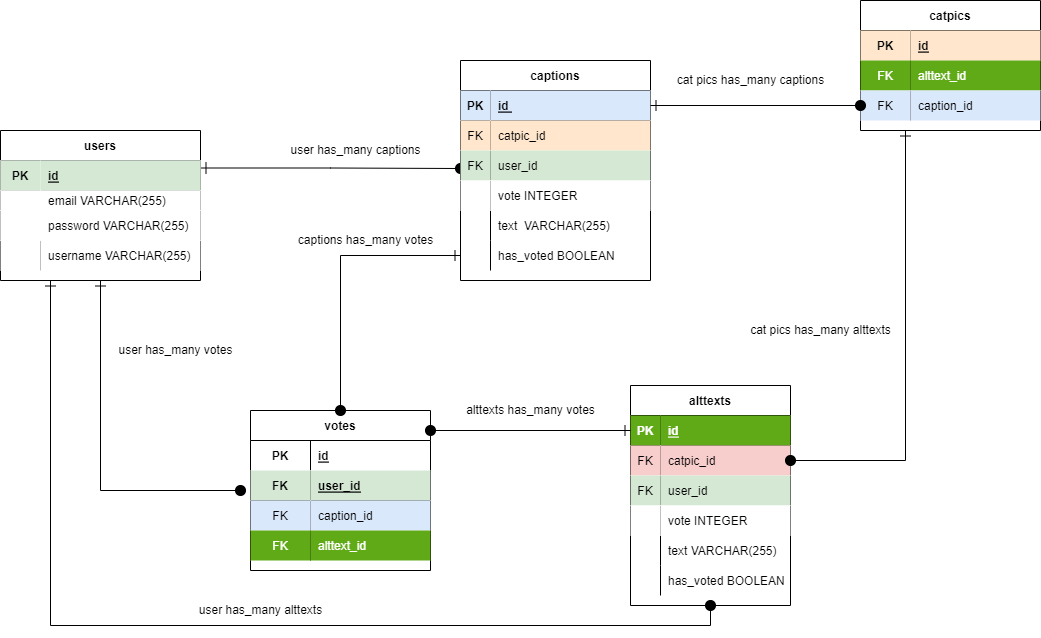
Earlier version of the draw.io export ERD.drawio.png (kokopuffz/Project2). Source tidied: cells renumbered, new cells last; positions are measured from the earlier drawing's top-left corner, leaving out a move shared by most shapes.
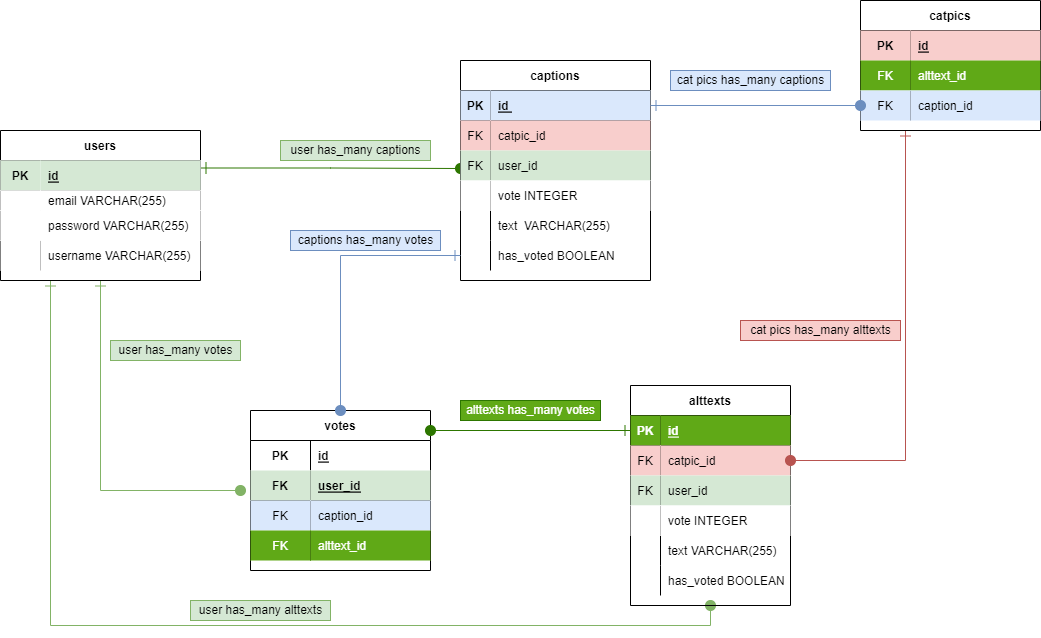
Later version of the same file.

The edit, as a diff of the source:
```diff
@@ -2,12 +2,12 @@
   <root>
     <mxCell id="0" />
     <mxCell id="1" parent="0" />
-    <mxCell id="2" style="edgeStyle=orthogonalEdgeStyle;rounded=0;jettySize=auto;html=1;exitX=1;exitY=0.25;exitDx=0;exitDy=0;startArrow=ERone;startFill=0;strokeWidth=1;endSize=10;startSize=9;endArrow=oval;endFill=1;" parent="1" edge="1" source="5">
+    <mxCell id="2" style="edgeStyle=orthogonalEdgeStyle;rounded=0;jettySize=auto;html=1;exitX=1;exitY=0.25;exitDx=0;exitDy=0;startArrow=ERone;startFill=0;strokeWidth=1;endSize=10;startSize=9;endArrow=oval;endFill=1;fillColor=#60a917;strokeColor=#2D7600;" parent="1" edge="1" source="5">
       <mxGeometry relative="1" as="geometry">
         <mxPoint x="460" y="168" as="targetPoint" />
       </mxGeometry>
     </mxCell>
-    <mxCell id="3" style="edgeStyle=orthogonalEdgeStyle;rounded=0;jettySize=auto;html=1;exitX=0.5;exitY=1;exitDx=0;exitDy=0;startArrow=ERone;startFill=0;endArrow=oval;endFill=1;startSize=9;endSize=10;strokeWidth=1;" parent="1" edge="1" source="5">
+    <mxCell id="3" style="edgeStyle=orthogonalEdgeStyle;rounded=0;jettySize=auto;html=1;exitX=0.5;exitY=1;exitDx=0;exitDy=0;startArrow=ERone;startFill=0;endArrow=oval;endFill=1;startSize=9;endSize=10;strokeWidth=1;fillColor=#d5e8d4;strokeColor=#82b366;" parent="1" edge="1" source="5">
       <mxGeometry relative="1" as="geometry">
         <mxPoint x="240" y="490" as="targetPoint" />
         <Array as="points">
@@ -15,7 +15,7 @@
         </Array>
       </mxGeometry>
     </mxCell>
-    <mxCell id="4" style="edgeStyle=orthogonalEdgeStyle;rounded=0;jettySize=auto;html=1;exitX=0.25;exitY=1;exitDx=0;exitDy=0;entryX=0.5;entryY=1;entryDx=0;entryDy=0;startArrow=ERone;startFill=0;endArrow=oval;endFill=1;startSize=9;endSize=10;strokeWidth=1;" parent="1" edge="1" source="5" target="37">
+    <mxCell id="4" style="edgeStyle=orthogonalEdgeStyle;rounded=0;jettySize=auto;html=1;exitX=0.25;exitY=1;exitDx=0;exitDy=0;entryX=0.5;entryY=1;entryDx=0;entryDy=0;startArrow=ERone;startFill=0;endArrow=oval;endFill=1;startSize=9;endSize=10;strokeWidth=1;fillColor=#d5e8d4;strokeColor=#82b366;" parent="1" edge="1" source="5" target="37">
       <mxGeometry relative="1" as="geometry" />
     </mxCell>
     <mxCell id="5" value="users" style="shape=table;startSize=30;rowLines=0;fontStyle=1;align=center;" parent="1" vertex="1">
@@ -72,10 +72,10 @@
     <mxCell id="22" style="shape=tableRow;horizontal=0;startSize=0;swimlaneHead=0;swimlaneBody=0;fillColor=none;top=0;left=0;right=0;bottom=0;" parent="18" vertex="1">
       <mxGeometry y="60" width="190" height="30" as="geometry" />
     </mxCell>
-    <mxCell id="23" value="FK" style="shape=partialRectangle;fillColor=#ffe6cc;top=0;left=0;bottom=0;right=0;fontStyle=0;overflow=hidden;strokeColor=#d79b00;" parent="22" vertex="1">
+    <mxCell id="23" value="FK" style="shape=partialRectangle;fillColor=#f8cecc;top=0;left=0;bottom=0;right=0;fontStyle=0;overflow=hidden;strokeColor=#b85450;" parent="22" vertex="1">
       <mxGeometry width="30" height="30" as="geometry" />
     </mxCell>
-    <mxCell id="24" value="catpic_id" style="shape=partialRectangle;fillColor=#ffe6cc;top=0;left=0;bottom=0;right=0;align=left;spacingLeft=6;fontStyle=0;overflow=hidden;strokeColor=#d79b00;" parent="22" vertex="1">
+    <mxCell id="24" value="catpic_id" style="shape=partialRectangle;fillColor=#f8cecc;top=0;left=0;bottom=0;right=0;align=left;spacingLeft=6;fontStyle=0;overflow=hidden;strokeColor=#b85450;" parent="22" vertex="1">
       <mxGeometry x="30" width="160" height="30" as="geometry" />
     </mxCell>
     <mxCell id="25" style="shape=tableRow;horizontal=0;startSize=0;swimlaneHead=0;swimlaneBody=0;fillColor=none;top=0;left=0;right=0;bottom=0;" parent="18" vertex="1">
@@ -210,7 +210,7 @@
     <mxCell id="68" value="alttext_id" style="shape=partialRectangle;fillColor=#60a917;top=0;left=0;bottom=0;right=0;align=left;spacingLeft=6;overflow=hidden;fontColor=#ffffff;strokeColor=#2D7600;" parent="66" vertex="1">
       <mxGeometry x="60" width="120" height="30" as="geometry" />
     </mxCell>
-    <mxCell id="69" style="edgeStyle=orthogonalEdgeStyle;rounded=0;jettySize=auto;html=1;exitX=0.25;exitY=1;exitDx=0;exitDy=0;entryX=1;entryY=0.5;entryDx=0;entryDy=0;startArrow=ERone;startFill=0;endArrow=oval;endFill=1;startSize=9;endSize=10;strokeWidth=1;" parent="1" edge="1" source="70" target="41">
+    <mxCell id="69" style="edgeStyle=orthogonalEdgeStyle;rounded=0;jettySize=auto;html=1;exitX=0.25;exitY=1;exitDx=0;exitDy=0;entryX=1;entryY=0.5;entryDx=0;entryDy=0;startArrow=ERone;startFill=0;endArrow=oval;endFill=1;startSize=9;endSize=10;strokeWidth=1;fillColor=#f8cecc;strokeColor=#b85450;" parent="1" edge="1" source="70" target="41">
       <mxGeometry relative="1" as="geometry" />
     </mxCell>
     <mxCell id="70" value="catpics" style="shape=table;startSize=30;rowLines=0;fontStyle=1;align=center;fillColor=#FFFFFF;" parent="1" vertex="1">
@@ -219,10 +219,10 @@
     <mxCell id="71" style="shape=tableRow;horizontal=0;startSize=0;swimlaneHead=0;swimlaneBody=0;fillColor=none;top=0;left=0;right=0;bottom=0;" parent="70" vertex="1">
       <mxGeometry y="30" width="180" height="30" as="geometry" />
     </mxCell>
-    <mxCell id="72" value="PK" style="shape=partialRectangle;fillColor=#ffe6cc;top=0;left=0;bottom=0;right=0;fontStyle=1;overflow=hidden;strokeColor=#d79b00;" parent="71" vertex="1">
+    <mxCell id="72" value="PK" style="shape=partialRectangle;fillColor=#f8cecc;top=0;left=0;bottom=0;right=0;fontStyle=1;overflow=hidden;strokeColor=#b85450;" parent="71" vertex="1">
       <mxGeometry width="50" height="30" as="geometry" />
     </mxCell>
-    <mxCell id="73" value="id" style="shape=partialRectangle;fillColor=#ffe6cc;top=0;left=0;bottom=0;right=0;align=left;spacingLeft=6;fontStyle=5;overflow=hidden;strokeColor=#d79b00;" parent="71" vertex="1">
+    <mxCell id="73" value="id" style="shape=partialRectangle;fillColor=#f8cecc;top=0;left=0;bottom=0;right=0;align=left;spacingLeft=6;fontStyle=5;overflow=hidden;strokeColor=#b85450;" parent="71" vertex="1">
       <mxGeometry x="50" width="130" height="30" as="geometry" />
     </mxCell>
     <mxCell id="74" style="shape=tableRow;horizontal=0;startSize=0;swimlaneHead=0;swimlaneBody=0;fillColor=none;top=0;left=0;right=0;bottom=0;" parent="70" vertex="1">
@@ -243,36 +243,36 @@
     <mxCell id="79" value="caption_id" style="shape=partialRectangle;fillColor=#dae8fc;top=0;left=0;bottom=0;right=0;align=left;spacingLeft=6;fontStyle=0;overflow=hidden;labelBackgroundColor=none;strokeColor=#6c8ebf;" parent="77" vertex="1">
       <mxGeometry x="50" width="130" height="30" as="geometry" />
     </mxCell>
-    <mxCell id="80" value="user has_many captions" style="text;html=1;align=center;verticalAlign=middle;strokeColor=none;fillColor=none;" parent="1" vertex="1">
+    <mxCell id="80" value="user has_many captions" style="text;html=1;align=center;verticalAlign=middle;strokeColor=#82b366;fillColor=#d5e8d4;" parent="1" vertex="1">
       <mxGeometry x="280" y="140" width="150" height="20" as="geometry" />
     </mxCell>
-    <mxCell id="81" style="edgeStyle=orthogonalEdgeStyle;rounded=0;jettySize=auto;html=1;exitX=1;exitY=0.5;exitDx=0;exitDy=0;startArrow=ERone;startFill=0;endArrow=oval;endFill=1;startSize=9;endSize=10;strokeWidth=1;" parent="1" edge="1" source="19">
+    <mxCell id="81" style="edgeStyle=orthogonalEdgeStyle;rounded=0;jettySize=auto;html=1;exitX=1;exitY=0.5;exitDx=0;exitDy=0;startArrow=ERone;startFill=0;endArrow=oval;endFill=1;startSize=9;endSize=10;strokeWidth=1;fillColor=#dae8fc;strokeColor=#6c8ebf;" parent="1" edge="1" source="19">
       <mxGeometry relative="1" as="geometry">
         <mxPoint x="860" y="105" as="targetPoint" />
       </mxGeometry>
     </mxCell>
-    <mxCell id="82" value="cat pics has_many captions" style="text;html=1;align=center;verticalAlign=middle;strokeColor=none;fillColor=none;" parent="1" vertex="1">
+    <mxCell id="82" value="cat pics has_many captions" style="text;html=1;align=center;verticalAlign=middle;strokeColor=#6c8ebf;fillColor=#dae8fc;" parent="1" vertex="1">
       <mxGeometry x="670" y="70" width="160" height="20" as="geometry" />
     </mxCell>
-    <mxCell id="83" value="user has_many votes" style="text;html=1;align=center;verticalAlign=middle;strokeColor=none;fillColor=none;" parent="1" vertex="1">
+    <mxCell id="83" value="user has_many votes" style="text;html=1;align=center;verticalAlign=middle;strokeColor=#82b366;fillColor=#d5e8d4;" parent="1" vertex="1">
       <mxGeometry x="110" y="340" width="130" height="20" as="geometry" />
     </mxCell>
-    <mxCell id="84" style="edgeStyle=orthogonalEdgeStyle;rounded=0;jettySize=auto;html=1;exitX=0;exitY=0.5;exitDx=0;exitDy=0;entryX=0.5;entryY=0;entryDx=0;entryDy=0;startArrow=ERone;startFill=0;endArrow=oval;endFill=1;startSize=9;endSize=10;strokeWidth=1;" parent="1" edge="1" source="34" target="56">
+    <mxCell id="84" style="edgeStyle=orthogonalEdgeStyle;rounded=0;jettySize=auto;html=1;exitX=0;exitY=0.5;exitDx=0;exitDy=0;entryX=0.5;entryY=0;entryDx=0;entryDy=0;startArrow=ERone;startFill=0;endArrow=oval;endFill=1;startSize=9;endSize=10;strokeWidth=1;fillColor=#dae8fc;strokeColor=#6c8ebf;" parent="1" edge="1" source="34" target="56">
       <mxGeometry relative="1" as="geometry" />
     </mxCell>
-    <mxCell id="85" value="cat pics has_many alttexts" style="text;html=1;align=center;verticalAlign=middle;strokeColor=none;fillColor=none;" parent="1" vertex="1">
+    <mxCell id="85" value="cat pics has_many alttexts" style="text;html=1;align=center;verticalAlign=middle;strokeColor=#b85450;fillColor=#f8cecc;" parent="1" vertex="1">
       <mxGeometry x="740" y="320" width="160" height="20" as="geometry" />
     </mxCell>
-    <mxCell id="86" style="edgeStyle=orthogonalEdgeStyle;rounded=0;jettySize=auto;html=1;exitX=0;exitY=0.5;exitDx=0;exitDy=0;entryX=1;entryY=0.125;entryDx=0;entryDy=0;entryPerimeter=0;startArrow=ERone;startFill=0;endArrow=oval;endFill=1;startSize=9;endSize=10;strokeWidth=1;" parent="1" edge="1" source="38" target="56">
+    <mxCell id="86" style="edgeStyle=orthogonalEdgeStyle;rounded=0;jettySize=auto;html=1;exitX=0;exitY=0.5;exitDx=0;exitDy=0;entryX=1;entryY=0.125;entryDx=0;entryDy=0;entryPerimeter=0;startArrow=ERone;startFill=0;endArrow=oval;endFill=1;startSize=9;endSize=10;strokeWidth=1;fillColor=#60a917;strokeColor=#2D7600;" parent="1" edge="1" source="38" target="56">
       <mxGeometry relative="1" as="geometry" />
     </mxCell>
-    <mxCell id="87" value="alttexts has_many votes" style="text;html=1;align=center;verticalAlign=middle;strokeColor=none;fillColor=none;" parent="1" vertex="1">
+    <mxCell id="87" value="alttexts has_many votes" style="text;html=1;align=center;verticalAlign=middle;strokeColor=#2D7600;fillColor=#60a917;fontColor=#ffffff;" parent="1" vertex="1">
       <mxGeometry x="460" y="400" width="140" height="20" as="geometry" />
     </mxCell>
-    <mxCell id="88" value="user has_many alttexts" style="text;html=1;align=center;verticalAlign=middle;strokeColor=none;fillColor=none;" parent="1" vertex="1">
+    <mxCell id="88" value="user has_many alttexts" style="text;html=1;align=center;verticalAlign=middle;strokeColor=#82b366;fillColor=#d5e8d4;" parent="1" vertex="1">
       <mxGeometry x="190" y="600" width="140" height="20" as="geometry" />
     </mxCell>
-    <mxCell id="89" value="captions has_many votes" style="text;html=1;align=center;verticalAlign=middle;strokeColor=none;fillColor=none;" parent="1" vertex="1">
+    <mxCell id="89" value="captions has_many votes" style="text;html=1;align=center;verticalAlign=middle;strokeColor=#6c8ebf;fillColor=#dae8fc;" parent="1" vertex="1">
       <mxGeometry x="290" y="230" width="150" height="20" as="geometry" />
     </mxCell>
   </root>
```
